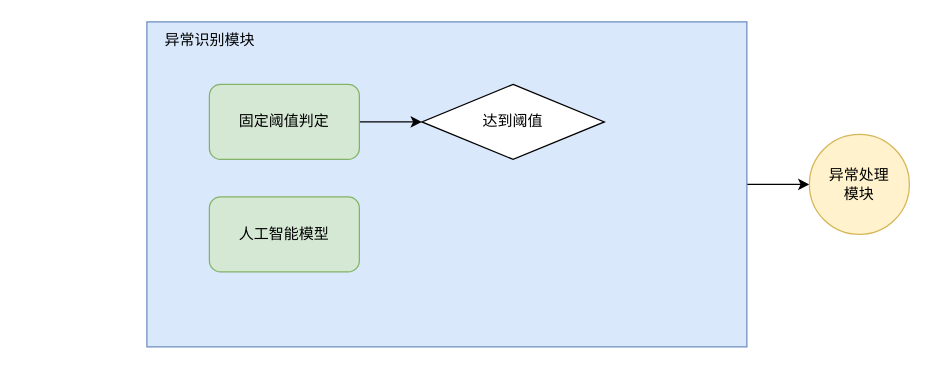
Earlier version of the draw.io diagram 异常识别模块总体设计.drawio (poetlife/diagrams). Source tidied: cells renumbered, new cells numbered last; positions are measured from the earlier drawing's top-left corner, leaving out a move shared by most shapes. Both pictures are drawn from the tidied source at 125%, with x=0, y=0 at pixel (146, 21).
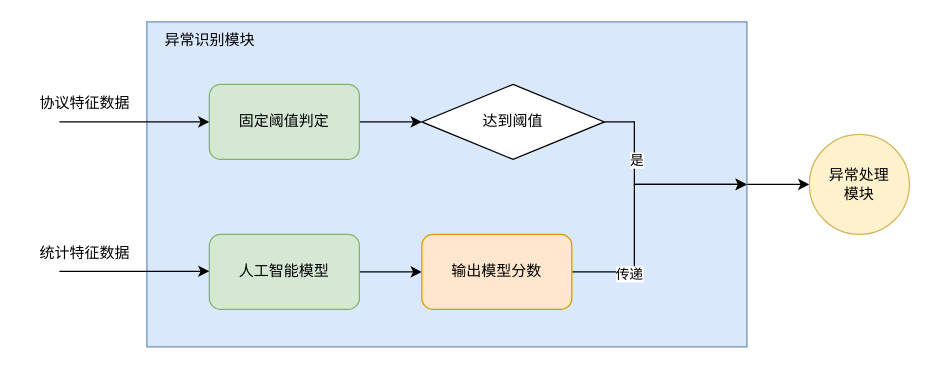
Above is the later version.

Commit message (it also covers changes not shown here):
更新异常识别模块总体设计.drawio

Unchanged cells that the change refers to:
```xml
<mxCell id="3" style="rounded=0;whiteSpace=wrap;html=1;fillColor=#dae8fc;strokeColor=#6c8ebf;" parent="1" vertex="1">
  <mxGeometry width="480" height="260" as="geometry" />
</mxCell>
<mxCell id="6" value="固定阈值判定" style="rounded=1;whiteSpace=wrap;html=1;fillColor=#d5e8d4;strokeColor=#82b366;" parent="1" vertex="1">
  <mxGeometry x="50" y="50" width="120" height="60" as="geometry" />
</mxCell>
<mxCell id="8" value="达到阈值" style="rhombus;whiteSpace=wrap;html=1;" parent="1" vertex="1">
  <mxGeometry x="220" y="50" width="146" height="60" as="geometry" />
</mxCell>
```

Change to the diagram source:
```diff
@@
+    <mxCell id="10" style="edgeStyle=orthogonalEdgeStyle;rounded=0;jettySize=auto;html=1;exitX=1;exitY=0.5;exitDx=0;exitDy=0;entryX=0;entryY=0.5;entryDx=0;entryDy=0;" parent="1" edge="1" source="7" target="19">
+      <mxGeometry relative="1" as="geometry" />
+    </mxCell>
     <mxCell id="7" value="人工智能模型" style="rounded=1;whiteSpace=wrap;html=1;fillColor=#d5e8d4;strokeColor=#82b366;" parent="1" vertex="1">
-      <mxGeometry x="50" y="140" width="120" height="60" as="geometry" />
+      <mxGeometry x="50" y="170" width="120" height="60" as="geometry" />
     </mxCell>
+    <mxCell id="11" style="edgeStyle=orthogonalEdgeStyle;rounded=0;jettySize=auto;html=1;exitX=1;exitY=0.5;exitDx=0;exitDy=0;entryX=1;entryY=0.5;entryDx=0;entryDy=0;" parent="1" edge="1" source="8" target="3">
+      <mxGeometry relative="1" as="geometry">
+        <Array as="points">
+          <mxPoint x="390" y="80" />
+          <mxPoint x="390" y="130" />
+        </Array>
+      </mxGeometry>
+    </mxCell>
+    <mxCell id="12" value="是" style="edgeLabel;html=1;align=center;verticalAlign=middle;" parent="11" vertex="1">
+      <mxGeometry x="-0.34" y="1" relative="1" as="geometry" />
+    </mxCell>
@@
+    <mxCell id="13" style="endArrow=classic;html=1;rounded=0;entryX=0;entryY=0.5;entryDx=0;entryDy=0;" parent="1" edge="1" target="6">
+      <mxGeometry relative="1" as="geometry">
+        <mxPoint x="-70" y="80" as="sourcePoint" />
+      </mxGeometry>
+    </mxCell>
+    <mxCell id="14" value="协议特征数据" style="text;html=1;align=center;verticalAlign=middle;strokeColor=none;fillColor=none;" parent="1" vertex="1">
+      <mxGeometry x="-100" y="50" width="100" height="30" as="geometry" />
+    </mxCell>
+    <mxCell id="15" style="endArrow=classic;html=1;rounded=0;entryX=0;entryY=0.5;entryDx=0;entryDy=0;" parent="1" edge="1">
+      <mxGeometry relative="1" as="geometry">
+        <mxPoint x="-70" y="199.5" as="sourcePoint" />
+        <mxPoint x="50" y="199.5" as="targetPoint" />
+      </mxGeometry>
+    </mxCell>
+    <mxCell id="16" value="统计特征数据" style="text;html=1;align=center;verticalAlign=middle;strokeColor=none;fillColor=none;" parent="1" vertex="1">
+      <mxGeometry x="-100" y="170" width="100" height="30" as="geometry" />
+    </mxCell>
+    <mxCell id="17" style="edgeStyle=orthogonalEdgeStyle;rounded=0;jettySize=auto;html=1;exitX=1;exitY=0.5;exitDx=0;exitDy=0;entryX=1;entryY=0.5;entryDx=0;entryDy=0;" parent="1" edge="1" source="19" target="3">
+      <mxGeometry relative="1" as="geometry">
+        <Array as="points">
+          <mxPoint x="390" y="200" />
+          <mxPoint x="390" y="130" />
+        </Array>
+      </mxGeometry>
+    </mxCell>
+    <mxCell id="18" value="传递" style="edgeLabel;html=1;align=center;verticalAlign=middle;" parent="17" vertex="1">
+      <mxGeometry x="-0.57" y="-1" relative="1" as="geometry" />
+    </mxCell>
+    <mxCell id="19" value="输出模型分数" style="rounded=1;whiteSpace=wrap;html=1;fillColor=#ffe6cc;strokeColor=#d79b00;" parent="1" vertex="1">
+      <mxGeometry x="220" y="170" width="120" height="60" as="geometry" />
+    </mxCell>
```
